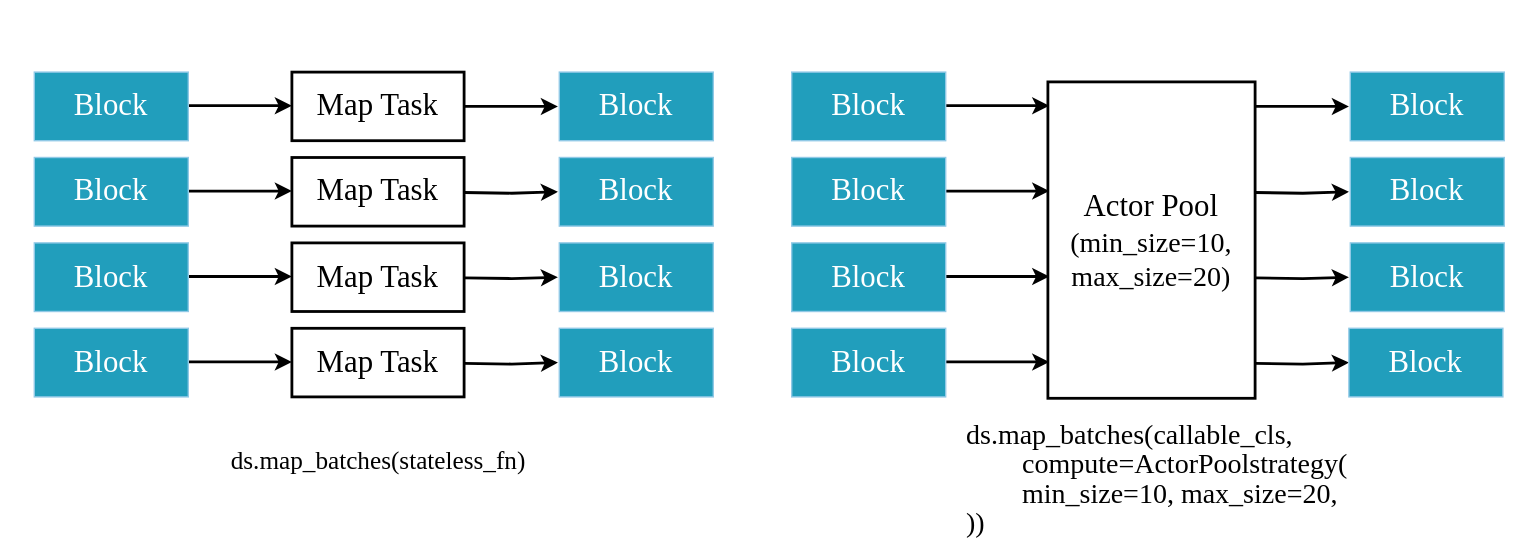
Before: img/ch-ray-data/dataset-map.svg, a diagram exported from draw.io (godaai/scale-py). Source tidied: cells renumbered, new cells last; positions are measured from the earlier drawing's top-left corner, leaving out a move shared by most shapes.
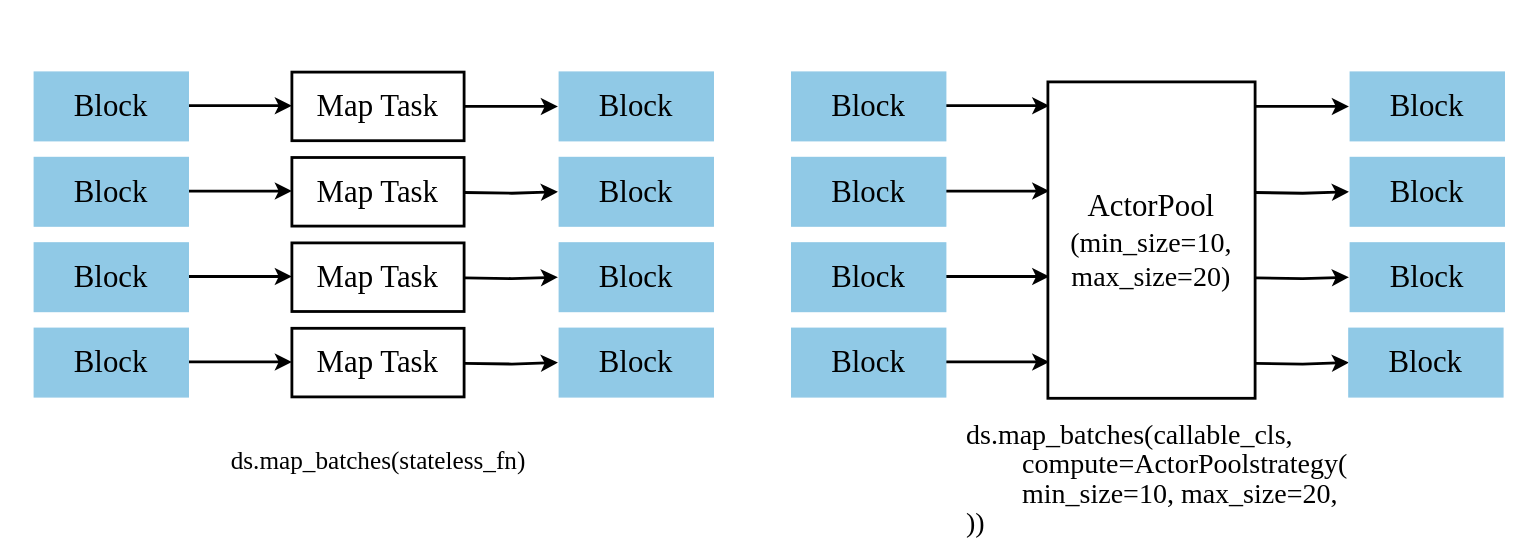
The same file after the commit.

The edit, as a diff of the source:
```diff
@@ -46,7 +46,7 @@
     <mxCell id="11" value="&lt;font style=&quot;font-size: 22px;&quot; face=&quot;Times New Roman&quot;&gt;Map Task&lt;/font&gt;" style="rounded=0;whiteSpace=wrap;html=1;strokeWidth=2;fontSize=22;" parent="1" vertex="1">
       <mxGeometry x="208" y="234" width="123" height="49" as="geometry" />
     </mxCell>
-    <mxCell id="12" value="&lt;font style=&quot;font-size: 22px;&quot; face=&quot;Times New Roman&quot; color=&quot;#ffffff&quot;&gt;Block&lt;/font&gt;" style="rounded=0;whiteSpace=wrap;html=1;fillColor=#219EBC;strokeColor=#90C9E6;fontSize=22;" parent="1" vertex="1">
+    <mxCell id="12" value="&lt;font style=&quot;font-size: 22px;&quot; face=&quot;Times New Roman&quot;&gt;Block&lt;/font&gt;" style="rounded=0;whiteSpace=wrap;html=1;fillColor=#90C9E6;strokeColor=#90C9E6;fontSize=22;fontColor=default;" parent="1" vertex="1">
       <mxGeometry x="399" y="51" width="110" height="49" as="geometry" />
     </mxCell>
     <mxCell id="13" style="edgeStyle=orthogonalEdgeStyle;rounded=0;orthogonalLoop=1;jettySize=auto;html=1;strokeWidth=2;fontSize=22;" parent="1" edge="1">
@@ -55,7 +55,7 @@
         <mxPoint x="398" y="136.5" as="targetPoint" />
       </mxGeometry>
     </mxCell>
-    <mxCell id="14" value="&lt;font style=&quot;font-size: 22px;&quot; face=&quot;Times New Roman&quot; color=&quot;#ffffff&quot;&gt;Block&lt;/font&gt;" style="rounded=0;whiteSpace=wrap;html=1;fillColor=#219EBC;strokeColor=#90C9E6;fontSize=22;" parent="1" vertex="1">
+    <mxCell id="14" value="&lt;font style=&quot;font-size: 22px;&quot; face=&quot;Times New Roman&quot;&gt;Block&lt;/font&gt;" style="rounded=0;whiteSpace=wrap;html=1;fillColor=#90C9E6;strokeColor=#90C9E6;fontSize=22;fontColor=default;" parent="1" vertex="1">
       <mxGeometry x="399" y="112" width="110" height="49" as="geometry" />
     </mxCell>
     <mxCell id="15" style="edgeStyle=orthogonalEdgeStyle;rounded=0;orthogonalLoop=1;jettySize=auto;html=1;strokeWidth=2;fontSize=22;" parent="1" edge="1">
@@ -64,7 +64,7 @@
         <mxPoint x="398" y="197.5" as="targetPoint" />
       </mxGeometry>
     </mxCell>
-    <mxCell id="16" value="&lt;font style=&quot;font-size: 22px;&quot; face=&quot;Times New Roman&quot; color=&quot;#ffffff&quot;&gt;Block&lt;/font&gt;" style="rounded=0;whiteSpace=wrap;html=1;fillColor=#219EBC;strokeColor=#90C9E6;fontSize=22;" parent="1" vertex="1">
+    <mxCell id="16" value="&lt;font style=&quot;font-size: 22px;&quot; face=&quot;Times New Roman&quot;&gt;Block&lt;/font&gt;" style="rounded=0;whiteSpace=wrap;html=1;fillColor=#90C9E6;strokeColor=#90C9E6;fontSize=22;fontColor=default;" parent="1" vertex="1">
       <mxGeometry x="399" y="173" width="110" height="49" as="geometry" />
     </mxCell>
     <mxCell id="17" style="edgeStyle=orthogonalEdgeStyle;rounded=0;orthogonalLoop=1;jettySize=auto;html=1;strokeWidth=2;fontSize=22;" parent="1" edge="1">
@@ -73,22 +73,22 @@
         <mxPoint x="398" y="258.5" as="targetPoint" />
       </mxGeometry>
     </mxCell>
-    <mxCell id="18" value="&lt;font style=&quot;font-size: 22px;&quot; face=&quot;Times New Roman&quot; color=&quot;#ffffff&quot;&gt;Block&lt;/font&gt;" style="rounded=0;whiteSpace=wrap;html=1;fillColor=#219EBC;strokeColor=#90C9E6;fontSize=22;" parent="1" vertex="1">
+    <mxCell id="18" value="&lt;font style=&quot;font-size: 22px;&quot; face=&quot;Times New Roman&quot;&gt;Block&lt;/font&gt;" style="rounded=0;whiteSpace=wrap;html=1;fillColor=#90C9E6;strokeColor=#90C9E6;fontSize=22;fontColor=default;" parent="1" vertex="1">
       <mxGeometry x="399" y="234" width="110" height="49" as="geometry" />
     </mxCell>
     <mxCell id="19" value="&lt;div style=&quot;&quot;&gt;&lt;font face=&quot;Garamond&quot; style=&quot;font-size: 18px;&quot;&gt;ds.map_batches(stateless_fn)&lt;/font&gt;&lt;br&gt;&lt;/div&gt;" style="text;html=1;strokeColor=none;fillColor=none;align=center;verticalAlign=middle;whiteSpace=wrap;rounded=0;" parent="1" vertex="1">
       <mxGeometry x="49.5" y="298" width="440" height="62" as="geometry" />
     </mxCell>
-    <mxCell id="20" value="&lt;font style=&quot;font-size: 22px;&quot; face=&quot;Times New Roman&quot; color=&quot;#ffffff&quot;&gt;Block&lt;/font&gt;" style="rounded=0;whiteSpace=wrap;html=1;fillColor=#219EBC;strokeColor=#90C9E6;fontSize=22;" parent="1" vertex="1">
+    <mxCell id="20" value="&lt;font style=&quot;font-size: 22px;&quot; face=&quot;Times New Roman&quot;&gt;Block&lt;/font&gt;" style="rounded=0;whiteSpace=wrap;html=1;fillColor=#90C9E6;strokeColor=#90C9E6;fontSize=22;fontColor=default;" parent="1" vertex="1">
       <mxGeometry x="24" y="51" width="110" height="49" as="geometry" />
     </mxCell>
-    <mxCell id="21" value="&lt;font style=&quot;font-size: 22px;&quot; face=&quot;Times New Roman&quot; color=&quot;#ffffff&quot;&gt;Block&lt;/font&gt;" style="rounded=0;whiteSpace=wrap;html=1;fillColor=#219EBC;strokeColor=#90C9E6;fontSize=22;" parent="1" vertex="1">
+    <mxCell id="21" value="&lt;font style=&quot;font-size: 22px;&quot; face=&quot;Times New Roman&quot;&gt;Block&lt;/font&gt;" style="rounded=0;whiteSpace=wrap;html=1;fillColor=#90C9E6;strokeColor=#90C9E6;fontSize=22;fontColor=default;" parent="1" vertex="1">
       <mxGeometry x="24" y="112" width="110" height="49" as="geometry" />
     </mxCell>
-    <mxCell id="22" value="&lt;font style=&quot;font-size: 22px;&quot; face=&quot;Times New Roman&quot; color=&quot;#ffffff&quot;&gt;Block&lt;/font&gt;" style="rounded=0;whiteSpace=wrap;html=1;fillColor=#219EBC;strokeColor=#90C9E6;fontSize=22;" parent="1" vertex="1">
+    <mxCell id="22" value="&lt;font style=&quot;font-size: 22px;&quot; face=&quot;Times New Roman&quot;&gt;Block&lt;/font&gt;" style="rounded=0;whiteSpace=wrap;html=1;fillColor=#90C9E6;strokeColor=#90C9E6;fontSize=22;fontColor=default;" parent="1" vertex="1">
       <mxGeometry x="24" y="173" width="110" height="49" as="geometry" />
     </mxCell>
-    <mxCell id="23" value="&lt;font style=&quot;font-size: 22px;&quot; face=&quot;Times New Roman&quot; color=&quot;#ffffff&quot;&gt;Block&lt;/font&gt;" style="rounded=0;whiteSpace=wrap;html=1;fillColor=#219EBC;strokeColor=#90C9E6;fontSize=22;" parent="1" vertex="1">
+    <mxCell id="23" value="&lt;font style=&quot;font-size: 22px;&quot; face=&quot;Times New Roman&quot;&gt;Block&lt;/font&gt;" style="rounded=0;whiteSpace=wrap;html=1;fillColor=#90C9E6;strokeColor=#90C9E6;fontSize=22;fontColor=default;" parent="1" vertex="1">
       <mxGeometry x="24" y="234" width="110" height="49" as="geometry" />
     </mxCell>
     <mxCell id="24" style="endArrow=classic;html=1;rounded=0;strokeWidth=2;fontSize=22;" parent="1" edge="1">
@@ -121,7 +121,7 @@
         <mxPoint x="963" y="75.5" as="targetPoint" />
       </mxGeometry>
     </mxCell>
-    <mxCell id="29" value="&lt;font style=&quot;font-size: 22px;&quot; face=&quot;Times New Roman&quot; color=&quot;#ffffff&quot;&gt;Block&lt;/font&gt;" style="rounded=0;whiteSpace=wrap;html=1;fillColor=#219EBC;strokeColor=#90C9E6;fontSize=22;" parent="1" vertex="1">
+    <mxCell id="29" value="&lt;font style=&quot;font-size: 22px;&quot; face=&quot;Times New Roman&quot;&gt;Block&lt;/font&gt;" style="rounded=0;whiteSpace=wrap;html=1;fillColor=#90C9E6;strokeColor=#90C9E6;fontSize=22;fontColor=default;" parent="1" vertex="1">
       <mxGeometry x="964" y="51" width="110" height="49" as="geometry" />
     </mxCell>
     <mxCell id="30" style="edgeStyle=orthogonalEdgeStyle;rounded=0;orthogonalLoop=1;jettySize=auto;html=1;strokeWidth=2;fontSize=22;" parent="1" edge="1">
@@ -130,7 +130,7 @@
         <mxPoint x="963" y="136.5" as="targetPoint" />
       </mxGeometry>
     </mxCell>
-    <mxCell id="31" value="&lt;font style=&quot;font-size: 22px;&quot; face=&quot;Times New Roman&quot; color=&quot;#ffffff&quot;&gt;Block&lt;/font&gt;" style="rounded=0;whiteSpace=wrap;html=1;fillColor=#219EBC;strokeColor=#90C9E6;fontSize=22;" parent="1" vertex="1">
+    <mxCell id="31" value="&lt;font style=&quot;font-size: 22px;&quot; face=&quot;Times New Roman&quot;&gt;Block&lt;/font&gt;" style="rounded=0;whiteSpace=wrap;html=1;fillColor=#90C9E6;strokeColor=#90C9E6;fontSize=22;fontColor=default;" parent="1" vertex="1">
       <mxGeometry x="964" y="112" width="110" height="49" as="geometry" />
     </mxCell>
     <mxCell id="32" style="edgeStyle=orthogonalEdgeStyle;rounded=0;orthogonalLoop=1;jettySize=auto;html=1;strokeWidth=2;fontSize=22;" parent="1" edge="1">
@@ -139,7 +139,7 @@
         <mxPoint x="963" y="197.5" as="targetPoint" />
       </mxGeometry>
     </mxCell>
-    <mxCell id="33" value="&lt;font style=&quot;font-size: 22px;&quot; face=&quot;Times New Roman&quot; color=&quot;#ffffff&quot;&gt;Block&lt;/font&gt;" style="rounded=0;whiteSpace=wrap;html=1;fillColor=#219EBC;strokeColor=#90C9E6;fontSize=22;" parent="1" vertex="1">
+    <mxCell id="33" value="&lt;font style=&quot;font-size: 22px;&quot; face=&quot;Times New Roman&quot;&gt;Block&lt;/font&gt;" style="rounded=0;whiteSpace=wrap;html=1;fillColor=#90C9E6;strokeColor=#90C9E6;fontSize=22;fontColor=default;" parent="1" vertex="1">
       <mxGeometry x="964" y="173" width="110" height="49" as="geometry" />
     </mxCell>
     <mxCell id="34" style="edgeStyle=orthogonalEdgeStyle;rounded=0;orthogonalLoop=1;jettySize=auto;html=1;strokeWidth=2;fontSize=22;" parent="1" edge="1">
@@ -148,22 +148,22 @@
         <mxPoint x="963" y="258.5" as="targetPoint" />
       </mxGeometry>
     </mxCell>
-    <mxCell id="35" value="&lt;font style=&quot;font-size: 22px;&quot; face=&quot;Times New Roman&quot; color=&quot;#ffffff&quot;&gt;Block&lt;/font&gt;" style="rounded=0;whiteSpace=wrap;html=1;fillColor=#219EBC;strokeColor=#90C9E6;fontSize=22;" parent="1" vertex="1">
+    <mxCell id="35" value="&lt;font style=&quot;font-size: 22px;&quot; face=&quot;Times New Roman&quot;&gt;Block&lt;/font&gt;" style="rounded=0;whiteSpace=wrap;html=1;fillColor=#90C9E6;strokeColor=#90C9E6;fontSize=22;fontColor=default;" parent="1" vertex="1">
       <mxGeometry x="963" y="234" width="110" height="49" as="geometry" />
     </mxCell>
-    <mxCell id="36" value="&lt;font style=&quot;font-size: 22px;&quot; face=&quot;Times New Roman&quot; color=&quot;#ffffff&quot;&gt;Block&lt;/font&gt;" style="rounded=0;whiteSpace=wrap;html=1;fillColor=#219EBC;strokeColor=#90C9E6;fontSize=22;" parent="1" vertex="1">
+    <mxCell id="36" value="&lt;font style=&quot;font-size: 22px;&quot; face=&quot;Times New Roman&quot;&gt;Block&lt;/font&gt;" style="rounded=0;whiteSpace=wrap;html=1;fillColor=#90C9E6;strokeColor=#90C9E6;fontSize=22;fontColor=default;" parent="1" vertex="1">
       <mxGeometry x="565" y="51" width="110" height="49" as="geometry" />
     </mxCell>
-    <mxCell id="37" value="&lt;font style=&quot;font-size: 22px;&quot; face=&quot;Times New Roman&quot; color=&quot;#ffffff&quot;&gt;Block&lt;/font&gt;" style="rounded=0;whiteSpace=wrap;html=1;fillColor=#219EBC;strokeColor=#90C9E6;fontSize=22;" parent="1" vertex="1">
+    <mxCell id="37" value="&lt;font style=&quot;font-size: 22px;&quot; face=&quot;Times New Roman&quot;&gt;Block&lt;/font&gt;" style="rounded=0;whiteSpace=wrap;html=1;fillColor=#90C9E6;strokeColor=#90C9E6;fontSize=22;fontColor=default;" parent="1" vertex="1">
       <mxGeometry x="565" y="112" width="110" height="49" as="geometry" />
     </mxCell>
-    <mxCell id="38" value="&lt;font style=&quot;font-size: 22px;&quot; face=&quot;Times New Roman&quot; color=&quot;#ffffff&quot;&gt;Block&lt;/font&gt;" style="rounded=0;whiteSpace=wrap;html=1;fillColor=#219EBC;strokeColor=#90C9E6;fontSize=22;" parent="1" vertex="1">
+    <mxCell id="38" value="&lt;font style=&quot;font-size: 22px;&quot; face=&quot;Times New Roman&quot;&gt;Block&lt;/font&gt;" style="rounded=0;whiteSpace=wrap;html=1;fillColor=#90C9E6;strokeColor=#90C9E6;fontSize=22;fontColor=default;" parent="1" vertex="1">
       <mxGeometry x="565" y="173" width="110" height="49" as="geometry" />
     </mxCell>
-    <mxCell id="39" value="&lt;font style=&quot;font-size: 22px;&quot; face=&quot;Times New Roman&quot; color=&quot;#ffffff&quot;&gt;Block&lt;/font&gt;" style="rounded=0;whiteSpace=wrap;html=1;fillColor=#219EBC;strokeColor=#90C9E6;fontSize=22;" parent="1" vertex="1">
+    <mxCell id="39" value="&lt;font style=&quot;font-size: 22px;&quot; face=&quot;Times New Roman&quot;&gt;Block&lt;/font&gt;" style="rounded=0;whiteSpace=wrap;html=1;fillColor=#90C9E6;strokeColor=#90C9E6;fontSize=22;fontColor=default;" parent="1" vertex="1">
       <mxGeometry x="565" y="234" width="110" height="49" as="geometry" />
     </mxCell>
-    <mxCell id="40" value="&lt;font style=&quot;&quot; face=&quot;Times New Roman&quot;&gt;&lt;font style=&quot;font-size: 22px;&quot;&gt;Actor Pool&lt;/font&gt;&lt;br&gt;&lt;span style=&quot;font-size: 20px;&quot;&gt;(min_size=10,&lt;/span&gt;&lt;br&gt;&lt;span style=&quot;font-size: 20px;&quot;&gt;max_size=20)&lt;/span&gt;&lt;/font&gt;" style="rounded=0;whiteSpace=wrap;html=1;strokeWidth=2;" parent="1" vertex="1">
+    <mxCell id="40" value="&lt;font style=&quot;&quot; face=&quot;Times New Roman&quot;&gt;&lt;font style=&quot;font-size: 22px;&quot;&gt;ActorPool&lt;/font&gt;&lt;br&gt;&lt;span style=&quot;font-size: 20px;&quot;&gt;(min_size=10,&lt;/span&gt;&lt;br&gt;&lt;span style=&quot;font-size: 20px;&quot;&gt;max_size=20)&lt;/span&gt;&lt;/font&gt;" style="rounded=0;whiteSpace=wrap;html=1;strokeWidth=2;" parent="1" vertex="1">
       <mxGeometry x="748" y="58" width="148" height="226" as="geometry" />
     </mxCell>
     <mxCell id="41" value="&lt;div style=&quot;line-height: 150%;&quot;&gt;&lt;font face=&quot;Garamond&quot; style=&quot;font-size: 20px;&quot;&gt;ds.map_batches(callable_cls,&lt;/font&gt;&lt;/div&gt;&lt;div style=&quot;line-height: 150%;&quot;&gt;&lt;font face=&quot;CBtHSHWBiKrxu24KOkFM&quot; style=&quot;font-size: 20px;&quot;&gt;&lt;span style=&quot;white-space: pre;&quot;&gt;&#9;&lt;/span&gt;compute=ActorPoolstrategy(&lt;/font&gt;&lt;/div&gt;&lt;div style=&quot;line-height: 150%;&quot;&gt;&lt;font face=&quot;CBtHSHWBiKrxu24KOkFM&quot;&gt;&lt;font style=&quot;font-size: 20px;&quot;&gt;&lt;span style=&quot;white-space: pre;&quot;&gt;&#9;&lt;/span&gt;min_size=10,&amp;nbsp;&lt;/font&gt;&lt;span style=&quot;font-size: 20px; background-color: initial;&quot;&gt;max_size=20,&lt;/span&gt;&lt;/font&gt;&lt;/div&gt;&lt;div style=&quot;line-height: 150%;&quot;&gt;&lt;font face=&quot;CBtHSHWBiKrxu24KOkFM&quot;&gt;&lt;span style=&quot;font-size: 20px; background-color: initial;&quot;&gt;))&lt;/span&gt;&lt;/font&gt;&lt;/div&gt;" style="text;html=1;strokeColor=none;fillColor=none;align=left;verticalAlign=middle;whiteSpace=wrap;rounded=0;" parent="1" vertex="1">
```
